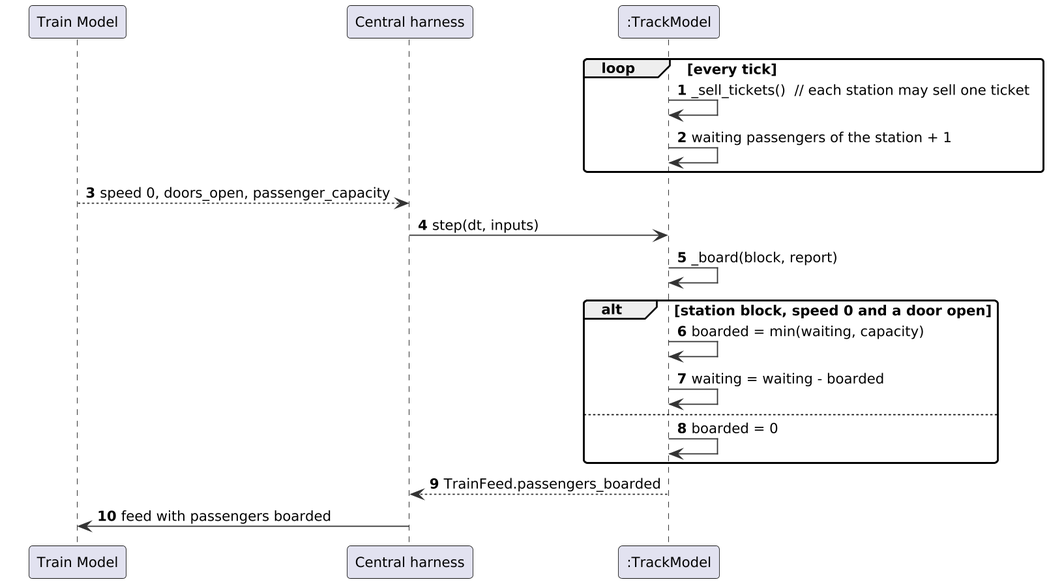
Above: documents/uml/track_model/sd10_boarding.png in Landiss04/Track-Overflow (PlantUML), before the change.
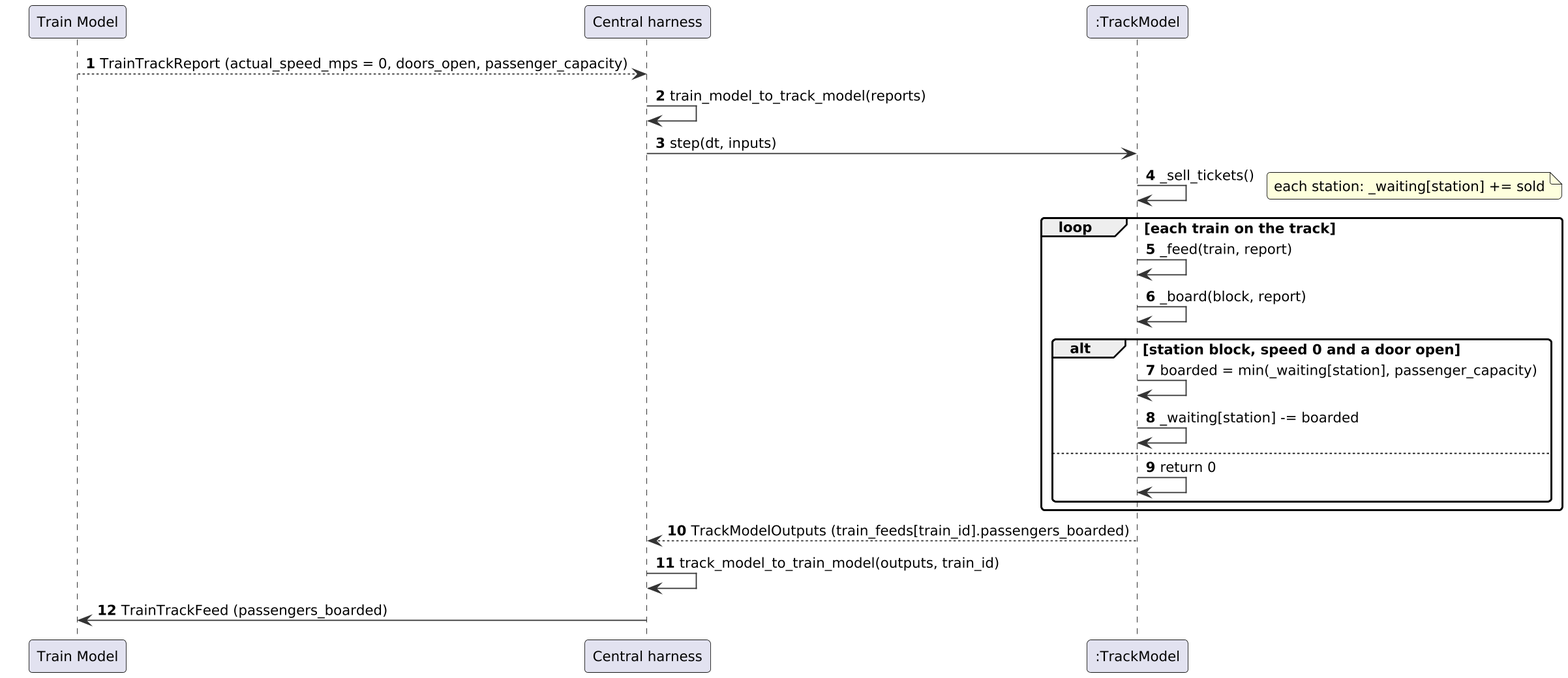
After the commit.

The edit, as a diff of the source:
```diff
@@ -12,19 +12,22 @@
 participant "Train Model" as TRM
 participant "Central harness" as H
 participant ":TrackModel" as TM
-loop every tick
-  TM -> TM : _sell_tickets()  // each station may sell one ticket
-  TM -> TM : waiting passengers of the station + 1
+TRM --> H : TrainTrackReport (actual_speed_mps = 0, doors_open, passenger_capacity)
+H -> H : train_model_to_track_model(reports)
+H -> TM : step(dt, inputs)
+TM -> TM : _sell_tickets()
+note right : each station: _waiting[station] += sold
+loop each train on the track
+  TM -> TM : _feed(train, report)
+  TM -> TM : _board(block, report)
+  alt station block, speed 0 and a door open
+    TM -> TM : boarded = min(_waiting[station], passenger_capacity)
+    TM -> TM : _waiting[station] -= boarded
+  else
+    TM -> TM : return 0
+  end
 end
-TRM --> H : speed 0, doors_open, passenger_capacity
-H -> TM : step(dt, inputs)
-TM -> TM : _board(block, report)
-alt station block, speed 0 and a door open
-  TM -> TM : boarded = min(waiting, capacity)
-  TM -> TM : waiting = waiting - boarded
-else
-  TM -> TM : boarded = 0
-end
-TM --> H : TrainFeed.passengers_boarded
-H -> TRM : feed with passengers boarded
+TM --> H : TrackModelOutputs (train_feeds[train_id].passengers_boarded)
+H -> H : track_model_to_train_model(outputs, train_id)
+H -> TRM : TrainTrackFeed (passengers_boarded)
 @enduml
```
